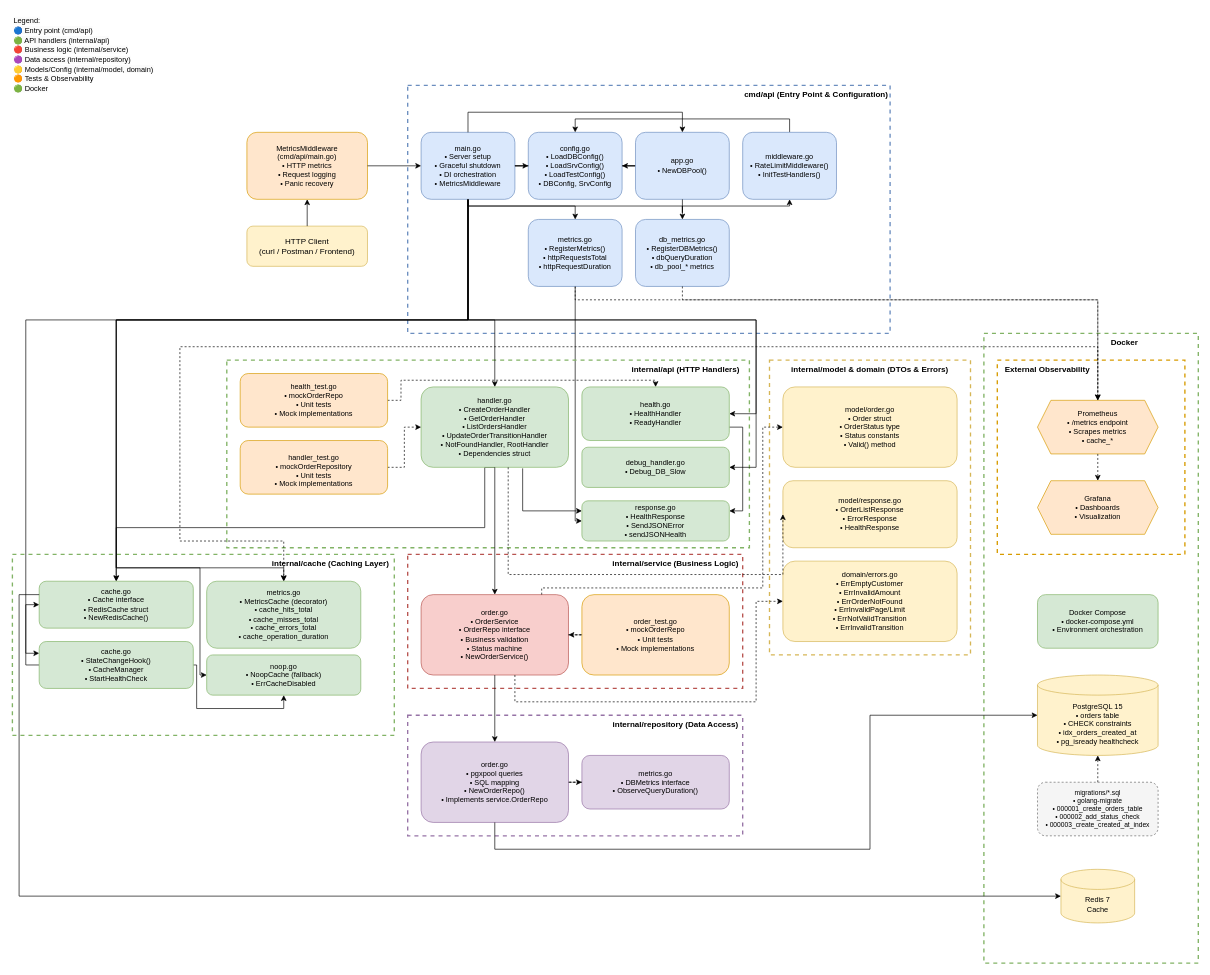
Earlier version of the draw.io diagram docs/Payship_Core_architecture.drawio.xml (ThisIsTheOldGuard/payship-core). Source tidied: cells renumbered, new cells numbered last; positions are measured from the earlier drawing's top-left corner, leaving out a move shared by most shapes. Both pictures are drawn from the tidied source at 67%, with x=0, y=0 at pixel (12, 11).
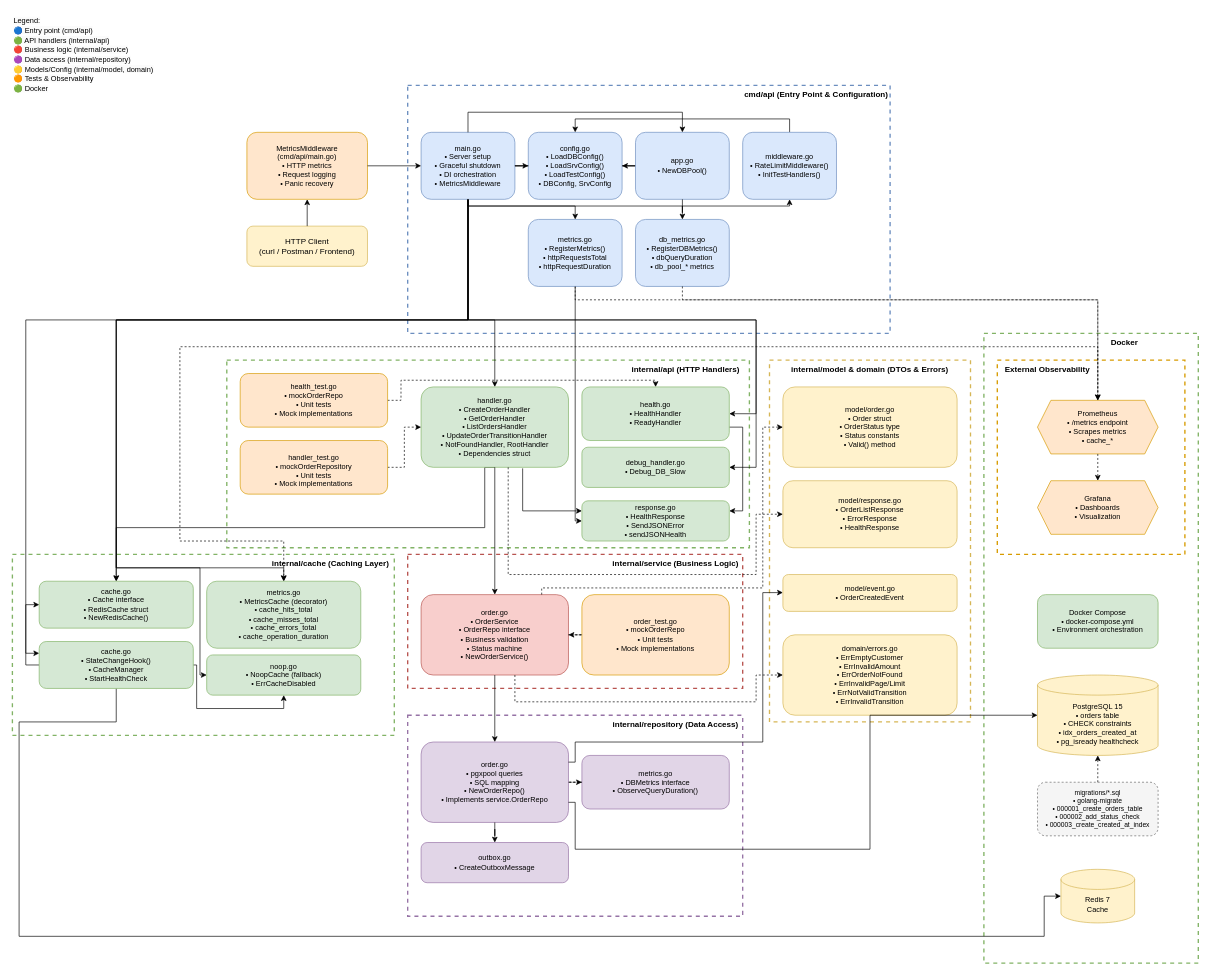
Above is the later version.

Commit message (it also covers changes not shown here):
Added outgoing messages during the checkout process. Added a database migration to create a new table for outgoing messages. Changed the architectural design.

Unchanged cells that the change refers to:
```xml
<mxCell id="22" value="handler.go&lt;br&gt;• CreateOrderHandler&lt;br&gt;• GetOrderHandler&lt;br&gt;• ListOrdersHandler&lt;br&gt;• UpdateOrderTransitionHandler&lt;br&gt;• NotFoundHandler, RootHandler&lt;br&gt;•&amp;nbsp;Dependencies struct" style="rounded=1;whiteSpace=wrap;html=1;fillColor=#d5e8d4;strokeColor=#82b366;fontSize=11;" parent="1" vertex="1">
  <mxGeometry x="610" y="560" width="220" height="120" as="geometry" />
</mxCell>
<mxCell id="27" value="order.go&#10;• OrderService&#10;• OrderRepo interface&#10;• Business validation&#10;• Status machine&#10;• NewOrderService()" style="rounded=1;whiteSpace=wrap;html=1;fillColor=#f8cecc;strokeColor=#b85450;fontSize=11;" parent="1" vertex="1">
  <mxGeometry x="610" y="870" width="220" height="120" as="geometry" />
</mxCell>
<mxCell id="30" value="order.go&#10;• pgxpool queries&#10;• SQL mapping&#10;• NewOrderRepo()&#10;• Implements service.OrderRepo" style="rounded=1;whiteSpace=wrap;html=1;fillColor=#e1d5e7;strokeColor=#9673a6;fontSize=11;" parent="1" vertex="1">
  <mxGeometry x="610" y="1090" width="220" height="120" as="geometry" />
</mxCell>
<mxCell id="34" value="model/response.go&#10;• OrderListResponse&#10;• ErrorResponse&#10;• HealthResponse" style="rounded=1;whiteSpace=wrap;html=1;fillColor=#fff2cc;strokeColor=#d6b656;fontSize=11;" parent="1" vertex="1">
  <mxGeometry x="1150" y="700" width="260" height="100" as="geometry" />
</mxCell>
<mxCell id="36" value="PostgreSQL 15&#10;• orders table&#10;• CHECK constraints&#10;• idx_orders_created_at&#10;• pg_isready healthcheck" style="shape=cylinder3;whiteSpace=wrap;html=1;boundedLbl=1;backgroundOutline=1;size=15;fillColor=#fff2cc;strokeColor=#d6b656;fontSize=11;" parent="1" vertex="1">
  <mxGeometry x="1530" y="990" width="180" height="120" as="geometry" />
</mxCell>
<mxCell id="77" value="сache.go&lt;br&gt;• Cache interface&lt;br&gt;• RedisCache struct&lt;br&gt;• NewRedisCache()" style="rounded=1;whiteSpace=wrap;html=1;fillColor=#d5e8d4;strokeColor=#82b366;fontSize=11;" parent="1" vertex="1">
  <mxGeometry x="40" y="850" width="230" height="70" as="geometry" />
</mxCell>
<mxCell id="80" value="Redis 7&lt;br&gt;Cache" style="shape=cylinder3;whiteSpace=wrap;html=1;boundedLbl=1;backgroundOutline=1;size=15;fillColor=#fff2cc;strokeColor=#d6b656;fontSize=11;" parent="1" vertex="1">
  <mxGeometry x="1565" y="1280" width="110" height="80" as="geometry" />
</mxCell>
<mxCell id="86" value="сache.go&lt;br&gt;•&amp;nbsp;StateChangeHook()&lt;br&gt;• CacheManager&lt;br&gt;• StartHealthCheck" style="rounded=1;whiteSpace=wrap;html=1;fillColor=#d5e8d4;strokeColor=#82b366;fontSize=11;" parent="1" vertex="1">
  <mxGeometry x="40" y="940" width="230" height="70" as="geometry" />
</mxCell>
```

Diff of the diagram source:
```diff
@@
+    <mxCell id="29" style="rounded=0;whiteSpace=wrap;html=1;fillColor=none;strokeColor=#9673a6;strokeWidth=2;dashed=1;" parent="1" vertex="1">
+      <mxGeometry x="590" y="1050" width="500" height="300" as="geometry" />
+    </mxCell>
@@
-    <mxCell id="29" style="rounded=0;whiteSpace=wrap;html=1;fillColor=none;strokeColor=#9673a6;strokeWidth=2;dashed=1;" parent="1" vertex="1">
-      <mxGeometry x="590" y="1050" width="500" height="180" as="geometry" />
-    </mxCell>
@@
     <mxCell id="32" style="rounded=0;whiteSpace=wrap;html=1;fillColor=none;strokeColor=#d6b656;strokeWidth=2;dashed=1;" parent="1" vertex="1">
-      <mxGeometry x="1130" y="520" width="300" height="440" as="geometry" />
+      <mxGeometry x="1130" y="520" width="300" height="540" as="geometry" />
     </mxCell>
@@
     <mxCell id="35" value="domain/errors.go&#10;• ErrEmptyCustomer&#10;• ErrInvalidAmount&#10;• ErrOrderNotFound&#10;• ErrInvalidPage/Limit&#10;• ErrNotValidTransition&#10;• ErrInvalidTransition" style="rounded=1;whiteSpace=wrap;html=1;fillColor=#fff2cc;strokeColor=#d6b656;fontSize=11;" parent="1" vertex="1">
-      <mxGeometry x="1150" y="820" width="260" height="120" as="geometry" />
+      <mxGeometry x="1150" y="930" width="260" height="120" as="geometry" />
     </mxCell>
@@
-    <mxCell id="54" style="edgeStyle=orthogonalEdgeStyle;rounded=0;jettySize=auto;html=1;entryX=0;entryY=0.5;entryDx=0;entryDy=0;entryPerimeter=0;" parent="1" edge="1" source="30" target="36">
+    <mxCell id="54" style="edgeStyle=orthogonalEdgeStyle;rounded=0;jettySize=auto;html=1;entryX=0;entryY=0.5;entryDx=0;entryDy=0;entryPerimeter=0;exitX=1;exitY=0.75;exitDx=0;exitDy=0;" parent="1" edge="1" source="30" target="36">
       <mxGeometry relative="1" as="geometry">
         <Array as="points">
-          <mxPoint x="720" y="1250" />
+          <mxPoint x="840" y="1180" />
+          <mxPoint x="840" y="1250" />
           <mxPoint x="1280" y="1250" />
           <mxPoint x="1280" y="1050" />
         </Array>
       </mxGeometry>
     </mxCell>
@@
-    <mxCell id="57" style="edgeStyle=orthogonalEdgeStyle;rounded=0;jettySize=auto;html=1;dashed=1;" parent="1" edge="1" source="27" target="35">
+    <mxCell id="57" style="edgeStyle=orthogonalEdgeStyle;rounded=0;jettySize=auto;html=1;dashed=1;entryX=0;entryY=0.5;entryDx=0;entryDy=0;" parent="1" edge="1" source="27" target="35">
       <mxGeometry relative="1" as="geometry">
         <Array as="points">
           <mxPoint x="750" y="1030" />
           <mxPoint x="1110" y="1030" />
-          <mxPoint x="1110" y="880" />
+          <mxPoint x="1110" y="990" />
         </Array>
       </mxGeometry>
     </mxCell>
     <mxCell id="58" style="edgeStyle=orthogonalEdgeStyle;rounded=0;jettySize=auto;html=1;dashed=1;entryX=0;entryY=0.5;entryDx=0;entryDy=0;" parent="1" edge="1" source="22" target="34">
       <mxGeometry relative="1" as="geometry">
         <Array as="points">
           <mxPoint x="740" y="840" />
-          <mxPoint x="1150" y="840" />
+          <mxPoint x="1110" y="840" />
+          <mxPoint x="1110" y="750" />
         </Array>
       </mxGeometry>
     </mxCell>
@@
-    <mxCell id="81" style="edgeStyle=orthogonalEdgeStyle;rounded=0;jettySize=auto;html=1;entryX=0;entryY=0.5;entryDx=0;entryDy=0;entryPerimeter=0;" parent="1" edge="1" source="77" target="80">
+    <mxCell id="81" style="edgeStyle=orthogonalEdgeStyle;rounded=0;jettySize=auto;html=1;entryX=0;entryY=0.5;entryDx=0;entryDy=0;entryPerimeter=0;exitX=0.5;exitY=1;exitDx=0;exitDy=0;" parent="1" edge="1" source="86" target="80">
       <mxGeometry relative="1" as="geometry">
         <Array as="points">
-          <mxPoint x="10" y="870" />
-          <mxPoint x="10" y="1320" />
+          <mxPoint x="155" y="1060" />
+          <mxPoint x="10" y="1060" />
+          <mxPoint x="10" y="1380" />
+          <mxPoint x="1540" y="1380" />
+          <mxPoint x="1540" y="1320" />
         </Array>
       </mxGeometry>
     </mxCell>
@@
+    <mxCell id="88" style="edgeStyle=orthogonalEdgeStyle;rounded=0;jettySize=auto;html=1;exitX=1;exitY=0.25;exitDx=0;exitDy=0;" parent="1" edge="1" source="30" target="89">
+      <mxGeometry relative="1" as="geometry">
+        <Array as="points">
+          <mxPoint x="840" y="1120" />
+          <mxPoint x="840" y="1090" />
+          <mxPoint x="1120" y="1090" />
+          <mxPoint x="1120" y="867" />
+        </Array>
+      </mxGeometry>
+    </mxCell>
+    <mxCell id="89" value="model/event.go&lt;br&gt;•&amp;nbsp;OrderCreatedEvent" style="rounded=1;whiteSpace=wrap;html=1;fillColor=#fff2cc;strokeColor=#d6b656;fontSize=11;" parent="1" vertex="1">
+      <mxGeometry x="1150" y="840" width="260" height="55" as="geometry" />
+    </mxCell>
+    <mxCell id="90" style="edgeStyle=orthogonalEdgeStyle;rounded=0;jettySize=auto;html=1;exitX=0.5;exitY=1;exitDx=0;exitDy=0;" parent="1" edge="1" source="30" target="91">
+      <mxGeometry relative="1" as="geometry" />
+    </mxCell>
+    <mxCell id="91" value="outbox.go&lt;br&gt;•&amp;nbsp;CreateOutboxMessage" style="rounded=1;whiteSpace=wrap;html=1;fillColor=#e1d5e7;strokeColor=#9673a6;fontSize=11;" parent="1" vertex="1">
+      <mxGeometry x="610" y="1240" width="220" height="60" as="geometry" />
+    </mxCell>
```
